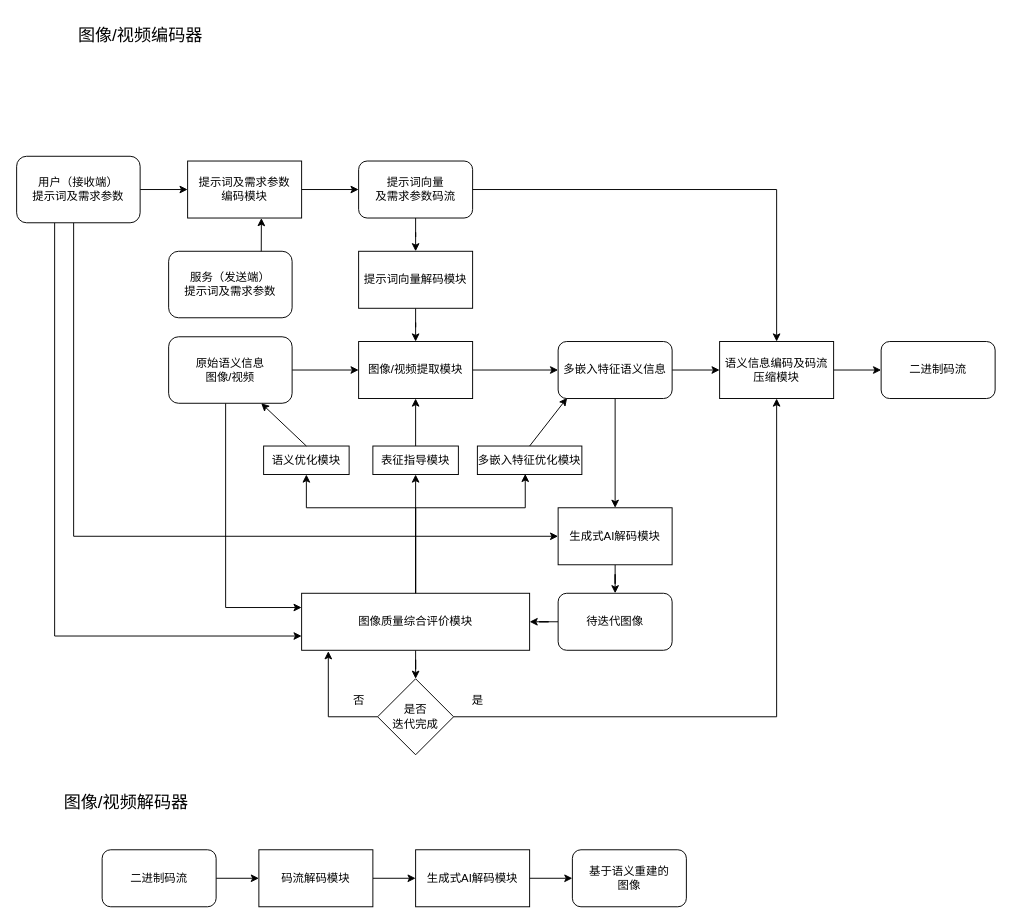
The draw.io diagram 基于生成式AI的多路径多嵌入图像编码系统.drawio in hrf666666/FlowCharts, before the edit. Source tidied: cells renumbered, new cells numbered last; positions are measured from the earlier drawing's top-left corner, leaving out a move shared by most shapes. Both pictures are drawn from the tidied source at 95%, with x=0, y=0 at pixel (16, 16).
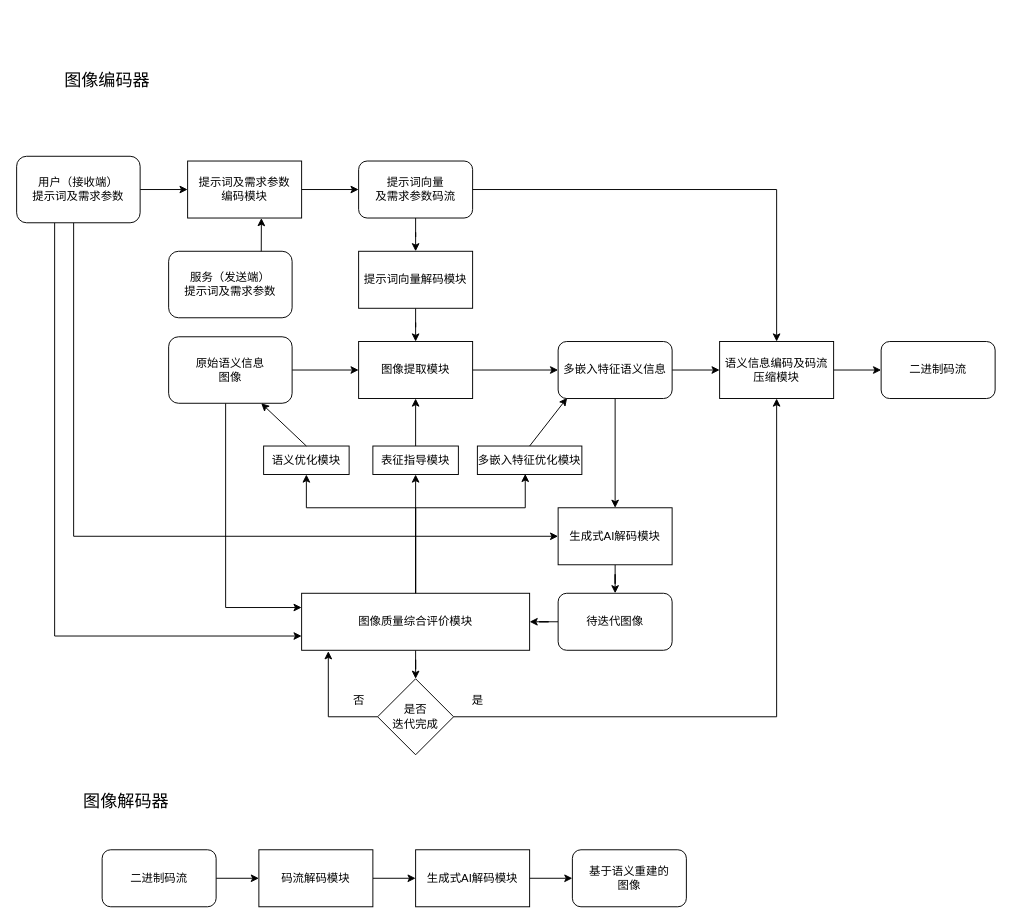
Above is the later version.

Commit message:
更新基于生成式AI的多路径多嵌入图像编码系统.drawio

Change to the diagram source:
```diff
@@
-    <mxCell id="4" value="原始语义信息&lt;br&gt;图像/视频" style="rounded=1;whiteSpace=wrap;html=1;" parent="1" vertex="1">
+    <mxCell id="4" value="原始语义信息&lt;br&gt;图像" style="rounded=1;whiteSpace=wrap;html=1;" parent="1" vertex="1">
       <mxGeometry x="160" y="337" width="130" height="70" as="geometry" />
     </mxCell>
@@
-    <mxCell id="6" value="图像/视频提取模块" style="rounded=0;whiteSpace=wrap;html=1;" parent="1" vertex="1">
+    <mxCell id="6" value="图像提取模块" style="rounded=0;whiteSpace=wrap;html=1;" parent="1" vertex="1">
       <mxGeometry x="360" y="342" width="120" height="60" as="geometry" />
     </mxCell>
@@
-    <mxCell id="46" value="&lt;font style=&quot;font-size: 18px;&quot;&gt;图像/视频编码器&lt;/font&gt;" style="text;html=1;align=center;verticalAlign=middle;strokeColor=none;fillColor=none;" parent="1" vertex="1">
-      <mxGeometry x="55" width="150" height="40" as="geometry" />
+    <mxCell id="46" value="&lt;font style=&quot;font-size: 18px;&quot;&gt;图像编码器&lt;/font&gt;" style="text;html=1;align=center;verticalAlign=middle;strokeColor=none;fillColor=none;" parent="1" vertex="1">
+      <mxGeometry x="40" y="47" width="110" height="40" as="geometry" />
     </mxCell>
-    <mxCell id="47" value="&lt;font style=&quot;font-size: 18px;&quot;&gt;图像/视频解码器&lt;/font&gt;" style="text;html=1;align=center;verticalAlign=middle;strokeColor=none;fillColor=none;" parent="1" vertex="1">
-      <mxGeometry x="40" y="807" width="150" height="40" as="geometry" />
+    <mxCell id="47" value="&lt;font style=&quot;font-size: 18px;&quot;&gt;图像解码器&lt;/font&gt;" style="text;html=1;align=center;verticalAlign=middle;strokeColor=none;fillColor=none;" parent="1" vertex="1">
+      <mxGeometry x="60" y="807" width="110" height="40" as="geometry" />
     </mxCell>
```
